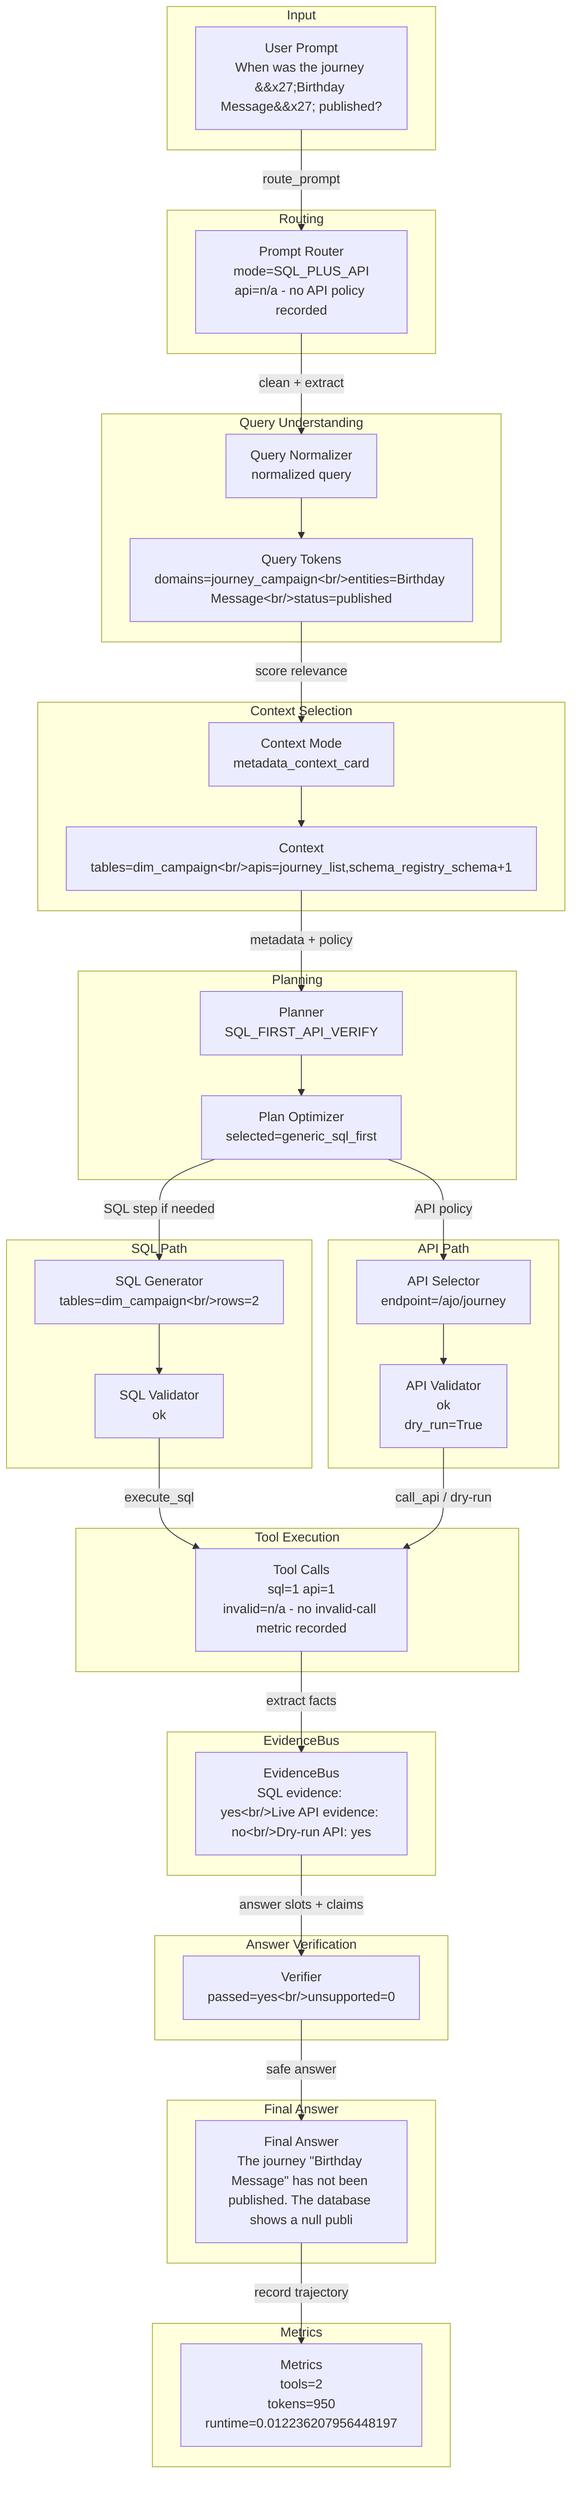
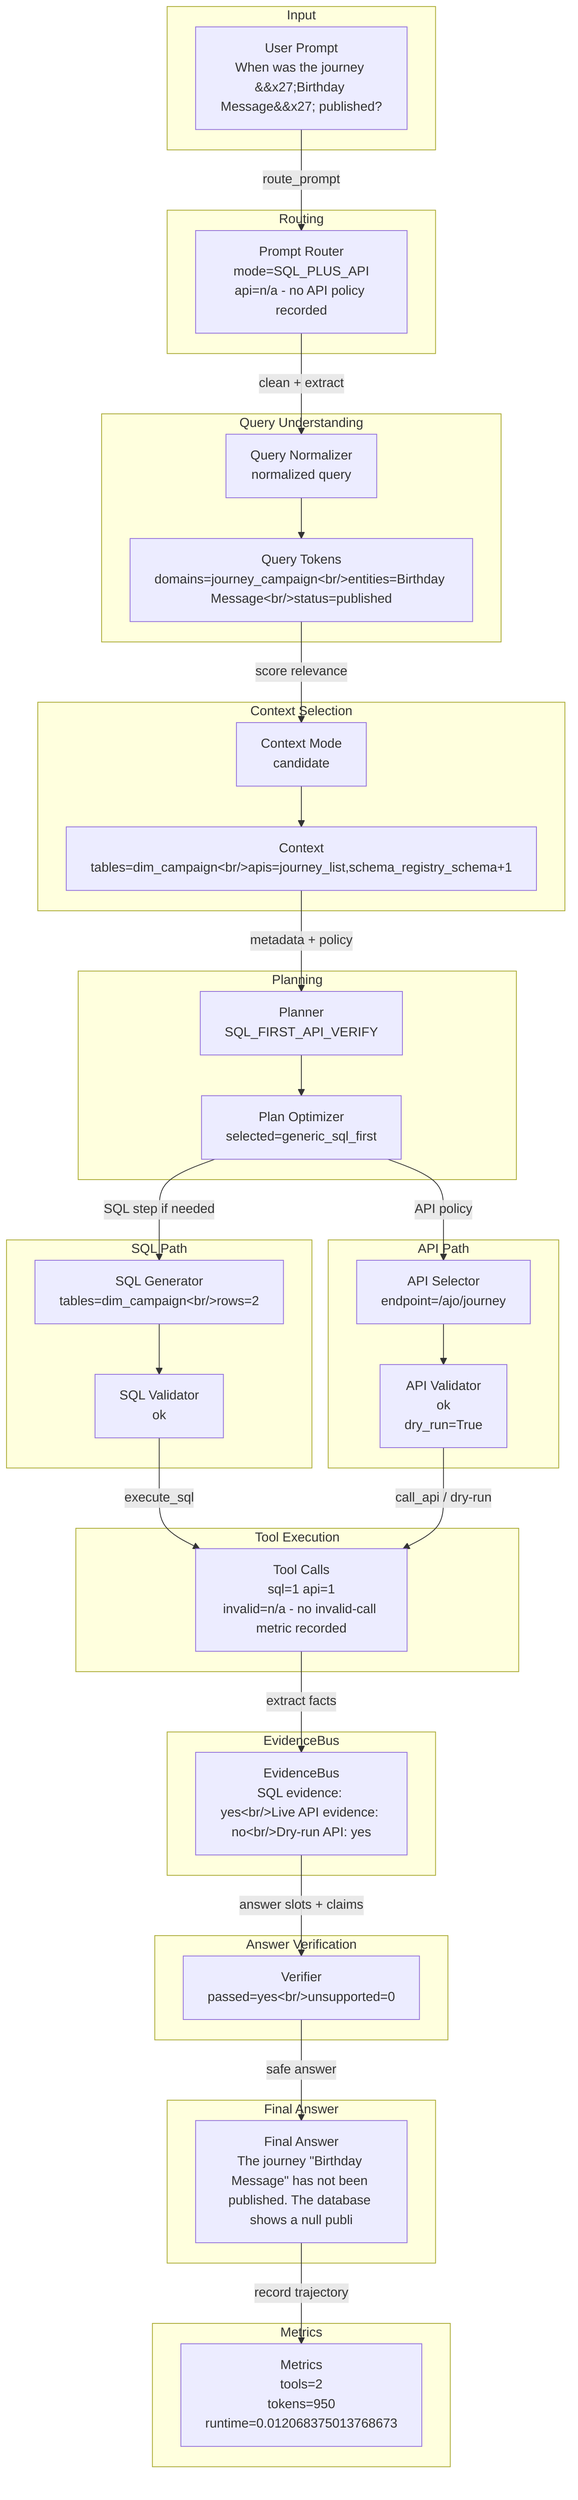
flowchart TD
  subgraph Input
    input_prompt["User Prompt<br/>When was the journey &#x27;Birthday Message&#x27; published?"]
  end
  subgraph Routing
    router["Prompt Router<br/>mode=SQL_PLUS_API<br/>api=n/a - no API policy recorded"]
    input_prompt -->|route_prompt| router
  end
  subgraph QueryUnderstanding["Query Understanding"]
    normalizer["Query Normalizer<br/>normalized query"]
    tokens["Query Tokens<br/>domains=journey_campaign&lt;br/&gt;entities=Birthday Message&lt;br/&gt;status=published"]
    router -->|clean + extract| normalizer --> tokens
  end
  subgraph ContextSelection["Context Selection"]
-     context["Context Mode<br/>metadata_context_card"]
+     context["Context Mode<br/>candidate"]
    candidates["Context<br/>tables=dim_campaign&lt;br/&gt;apis=journey_list,schema_registry_schema+1"]
    tokens -->|score relevance| context --> candidates
  end
  subgraph Planning
    planner["Planner<br/>SQL_FIRST_API_VERIFY"]
    optimizer["Plan Optimizer<br/>selected=generic_sql_first"]
    candidates -->|metadata + policy| planner --> optimizer
  end
  subgraph SQLPath["SQL Path"]
    sqlgen["SQL Generator<br/>tables=dim_campaign&lt;br/&gt;rows=2"]
    sqlval["SQL Validator<br/>ok"]
    optimizer -->|SQL step if needed| sqlgen --> sqlval
  end
  subgraph APIPath["API Path"]
    apisel["API Selector<br/>endpoint=/ajo/journey"]
    apival["API Validator<br/>ok<br/>dry_run=True"]
    optimizer -->|API policy| apisel --> apival
  end
  subgraph ToolExecution["Tool Execution"]
    tools["Tool Calls<br/>sql=1 api=1<br/>invalid=n/a - no invalid-call metric recorded"]
    sqlval -->|execute_sql| tools
    apival -->|call_api / dry-run| tools
  end
  subgraph EvidenceBus
    evidence["EvidenceBus<br/>SQL evidence: yes&lt;br/&gt;Live API evidence: no&lt;br/&gt;Dry-run API: yes"]
    tools -->|extract facts| evidence
  end
  subgraph AnswerVerification["Answer Verification"]
    verifier["Verifier<br/>passed=yes&lt;br/&gt;unsupported=0"]
    evidence -->|answer slots + claims| verifier
  end
  subgraph FinalAnswer["Final Answer"]
    answer["Final Answer<br/>The journey &quot;Birthday Message&quot; has not been published. The database shows a null publi"]
    verifier -->|safe answer| answer
  end
  subgraph Metrics
-     metrics["Metrics<br/>tools=2<br/>tokens=950<br/>runtime=0.012236207956448197"]
+     metrics["Metrics<br/>tools=2<br/>tokens=950<br/>runtime=0.012068375013768673"]
    answer -->|record trajectory| metrics
  end
